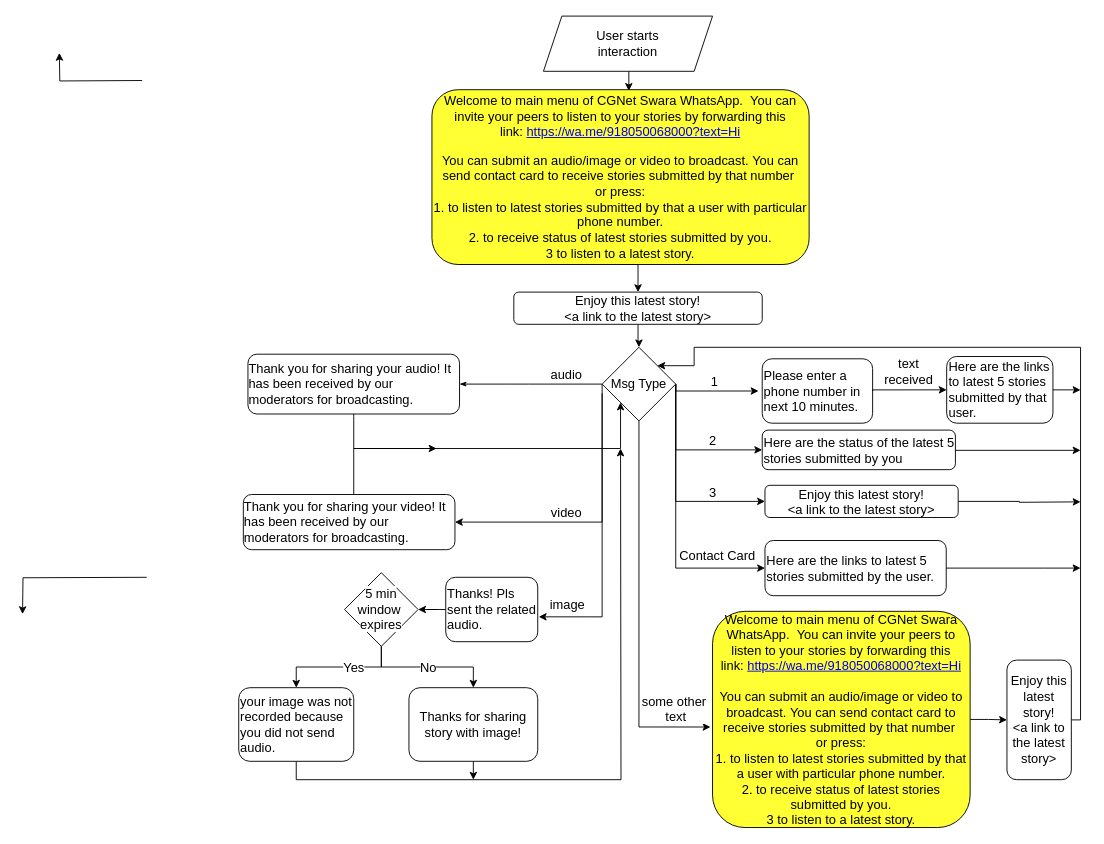
Earlier version of the draw.io diagram page "Flow7" (9 of 9) of DisseminationFlow.drawio (PriyankaVerma98/CGNetSwara-WhatsApp). Source tidied: cells renumbered, new cells numbered last; positions are measured from the earlier drawing's top-left corner, leaving out a move shared by most shapes. Both pictures are drawn from the tidied source at 92%, with x=0, y=0 at pixel (22, 16).
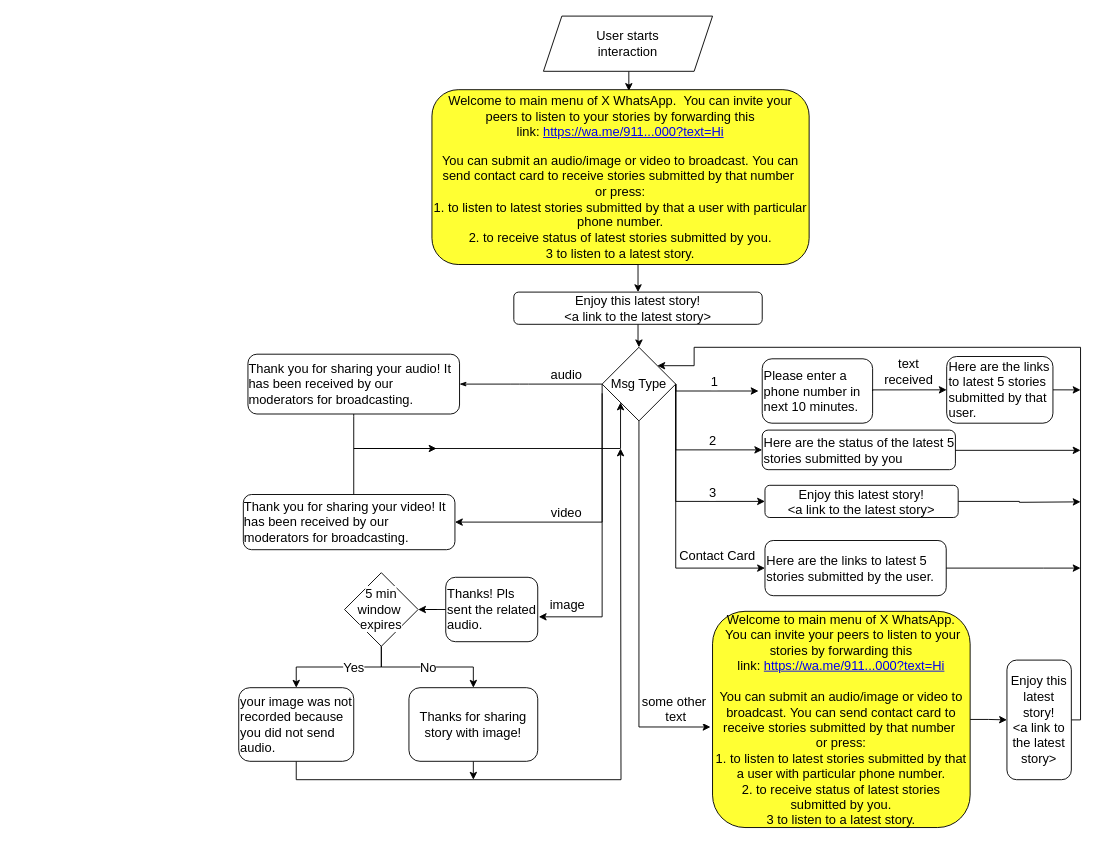
The same page after the edit.

What changed in the source:
```diff
@@
-    <mxCell id="23" value="&lt;div&gt;&lt;font style=&quot;font-size: 14px&quot;&gt;&lt;span&gt;&lt;br&gt;&lt;/span&gt;&lt;/font&gt;&lt;/div&gt;&lt;div&gt;&lt;font style=&quot;font-size: 14px&quot;&gt;&lt;span&gt;Welcome to main menu of CGNet Swara WhatsApp. &amp;nbsp;&lt;/span&gt;&lt;span&gt;You can invite your peers to listen to your stories by forwarding this link:&amp;nbsp;&lt;/span&gt;&lt;a href=&quot;https://wa.me/918050068000?text=Hi&quot;&gt;https://wa.me/918050068000?text=Hi&lt;/a&gt;&lt;/font&gt;&lt;/div&gt;&lt;div&gt;&lt;br&gt;&lt;/div&gt;&lt;div&gt;&lt;font style=&quot;font-size: 14px&quot;&gt;You can submit an audio/image or video to broadcast.&amp;nbsp;&lt;/font&gt;&lt;font style=&quot;font-size: 14px&quot;&gt;You can send contact card to receive stories submitted by that number&amp;nbsp;&lt;/font&gt;&lt;/div&gt;&lt;div&gt;&lt;span style=&quot;font-size: 14px&quot;&gt;or press:&lt;/span&gt;&lt;/div&gt;&lt;div&gt;&lt;font style=&quot;font-size: 14px&quot;&gt;1.&amp;nbsp;&lt;/font&gt;&lt;span style=&quot;font-size: 14px&quot;&gt;to listen to latest stories submitted by that a user with particular phone number.&lt;/span&gt;&lt;/div&gt;&lt;div&gt;&lt;font style=&quot;font-size: 14px&quot;&gt;&lt;font&gt;2. to receive status of latest stories submitted by you&lt;/font&gt;.&lt;/font&gt;&lt;/div&gt;&lt;div&gt;&lt;font style=&quot;font-size: 14px&quot;&gt;3 to listen to a latest story.&lt;br&gt;&lt;/font&gt;&lt;/div&gt;&lt;div&gt;&lt;font style=&quot;font-size: 14px&quot;&gt;&lt;br&gt;&lt;/font&gt;&lt;/div&gt;" style="rounded=1;whiteSpace=wrap;html=1;fillColor=#FFFF33;" parent="1" vertex="1">
+    <mxCell id="23" value="&lt;div&gt;&lt;font style=&quot;font-size: 14px&quot;&gt;&lt;span&gt;&lt;br&gt;&lt;/span&gt;&lt;/font&gt;&lt;/div&gt;&lt;div&gt;&lt;font style=&quot;font-size: 14px&quot;&gt;&lt;span&gt;Welcome to main menu of X WhatsApp. &amp;nbsp;&lt;/span&gt;&lt;span&gt;You can invite your peers to listen to your stories by forwarding this link:&amp;nbsp;&lt;/span&gt;&lt;a href=&quot;https://wa.me/918050068000?text=Hi&quot;&gt;https://wa.me/911...000?text=Hi&lt;/a&gt;&lt;/font&gt;&lt;/div&gt;&lt;div&gt;&lt;br&gt;&lt;/div&gt;&lt;div&gt;&lt;font style=&quot;font-size: 14px&quot;&gt;You can submit an audio/image or video to broadcast.&amp;nbsp;&lt;/font&gt;&lt;font style=&quot;font-size: 14px&quot;&gt;You can send contact card to receive stories submitted by that number&amp;nbsp;&lt;/font&gt;&lt;/div&gt;&lt;div&gt;&lt;span style=&quot;font-size: 14px&quot;&gt;or press:&lt;/span&gt;&lt;/div&gt;&lt;div&gt;&lt;font style=&quot;font-size: 14px&quot;&gt;1.&amp;nbsp;&lt;/font&gt;&lt;span style=&quot;font-size: 14px&quot;&gt;to listen to latest stories submitted by that a user with particular phone number.&lt;/span&gt;&lt;/div&gt;&lt;div&gt;&lt;font style=&quot;font-size: 14px&quot;&gt;&lt;font&gt;2. to receive status of latest stories submitted by you&lt;/font&gt;.&lt;/font&gt;&lt;/div&gt;&lt;div&gt;&lt;font style=&quot;font-size: 14px&quot;&gt;3 to listen to a latest story.&lt;br&gt;&lt;/font&gt;&lt;/div&gt;&lt;div&gt;&lt;font style=&quot;font-size: 14px&quot;&gt;&lt;br&gt;&lt;/font&gt;&lt;/div&gt;" style="rounded=1;whiteSpace=wrap;html=1;fillColor=#FFFF33;" parent="1" vertex="1">
       <mxGeometry x="445" y="80" width="410" height="190" as="geometry" />
     </mxCell>
-    <mxCell id="24" style="edgeStyle=orthogonalEdgeStyle;rounded=0;orthogonalLoop=1;jettySize=auto;html=1;entryX=0.5;entryY=0;entryDx=0;entryDy=0;" parent="1" edge="1">
-      <mxGeometry relative="1" as="geometry">
-        <mxPoint x="130" y="70" as="sourcePoint" />
-        <mxPoint x="40" y="40" as="targetPoint" />
-      </mxGeometry>
-    </mxCell>
@@
-    <mxCell id="28" style="edgeStyle=orthogonalEdgeStyle;rounded=0;orthogonalLoop=1;jettySize=auto;html=1;entryX=0.586;entryY=0.017;entryDx=0;entryDy=0;entryPerimeter=0;" parent="1" edge="1">
-      <mxGeometry relative="1" as="geometry">
-        <mxPoint x="135" y="610" as="sourcePoint" />
-        <mxPoint y="650" as="targetPoint" />
-      </mxGeometry>
-    </mxCell>
@@
-    <mxCell id="32" value="&lt;div&gt;&lt;span style=&quot;font-size: 14px&quot;&gt;Welcome to main menu of CGNet Swara WhatsApp. &amp;nbsp;You can invite your peers to listen to your stories by forwarding this link:&amp;nbsp;&lt;/span&gt;&lt;a href=&quot;https://wa.me/918050068000?text=Hi&quot; style=&quot;font-size: 14px&quot;&gt;https://wa.me/918050068000?text=Hi&lt;/a&gt;&lt;br&gt;&lt;/div&gt;&lt;div&gt;&lt;div&gt;&lt;font style=&quot;font-size: 14px&quot;&gt;&lt;br&gt;&lt;/font&gt;&lt;/div&gt;&lt;div&gt;&lt;font style=&quot;font-size: 14px&quot;&gt;You can submit an audio/image or video to broadcast.&amp;nbsp;&lt;/font&gt;&lt;font style=&quot;font-size: 14px&quot;&gt;You can send contact card to receive stories submitted by that number&amp;nbsp;&lt;/font&gt;&lt;br&gt;&lt;/div&gt;&lt;div&gt;&lt;span style=&quot;font-size: 14px&quot;&gt;or press:&lt;/span&gt;&lt;/div&gt;&lt;div&gt;&lt;font style=&quot;font-size: 14px&quot;&gt;1.&amp;nbsp;&lt;/font&gt;&lt;span style=&quot;font-size: 14px&quot;&gt;to listen to latest stories submitted by that a user with particular phone number.&lt;/span&gt;&lt;/div&gt;&lt;div&gt;&lt;font style=&quot;font-size: 14px&quot;&gt;2. to receive status of latest stories submitted by you.&lt;/font&gt;&lt;/div&gt;&lt;div&gt;&lt;font style=&quot;font-size: 14px&quot;&gt;3 to listen to a latest story.&lt;/font&gt;&lt;/div&gt;&lt;/div&gt;" style="rounded=1;whiteSpace=wrap;html=1;fillColor=#FFFF33;align=center;" parent="1" vertex="1">
+    <mxCell id="32" value="&lt;div&gt;&lt;span style=&quot;font-size: 14px&quot;&gt;Welcome to main menu of X WhatsApp. &amp;nbsp;You can invite your peers to listen to your stories by forwarding this link:&amp;nbsp;&lt;/span&gt;&lt;a href=&quot;https://wa.me/918050068000?text=Hi&quot; style=&quot;font-size: 14px&quot;&gt;https://wa.me/911...000?text=Hi&lt;/a&gt;&lt;br&gt;&lt;/div&gt;&lt;div&gt;&lt;div&gt;&lt;font style=&quot;font-size: 14px&quot;&gt;&lt;br&gt;&lt;/font&gt;&lt;/div&gt;&lt;div&gt;&lt;font style=&quot;font-size: 14px&quot;&gt;You can submit an audio/image or video to broadcast.&amp;nbsp;&lt;/font&gt;&lt;font style=&quot;font-size: 14px&quot;&gt;You can send contact card to receive stories submitted by that number&amp;nbsp;&lt;/font&gt;&lt;br&gt;&lt;/div&gt;&lt;div&gt;&lt;span style=&quot;font-size: 14px&quot;&gt;or press:&lt;/span&gt;&lt;/div&gt;&lt;div&gt;&lt;font style=&quot;font-size: 14px&quot;&gt;1.&amp;nbsp;&lt;/font&gt;&lt;span style=&quot;font-size: 14px&quot;&gt;to listen to latest stories submitted by that a user with particular phone number.&lt;/span&gt;&lt;/div&gt;&lt;div&gt;&lt;font style=&quot;font-size: 14px&quot;&gt;2. to receive status of latest stories submitted by you.&lt;/font&gt;&lt;/div&gt;&lt;div&gt;&lt;font style=&quot;font-size: 14px&quot;&gt;3 to listen to a latest story.&lt;/font&gt;&lt;/div&gt;&lt;/div&gt;" style="rounded=1;whiteSpace=wrap;html=1;fillColor=#FFFF33;align=center;" parent="1" vertex="1">
       <mxGeometry x="750" y="647" width="280" height="235" as="geometry" />
     </mxCell>
```
